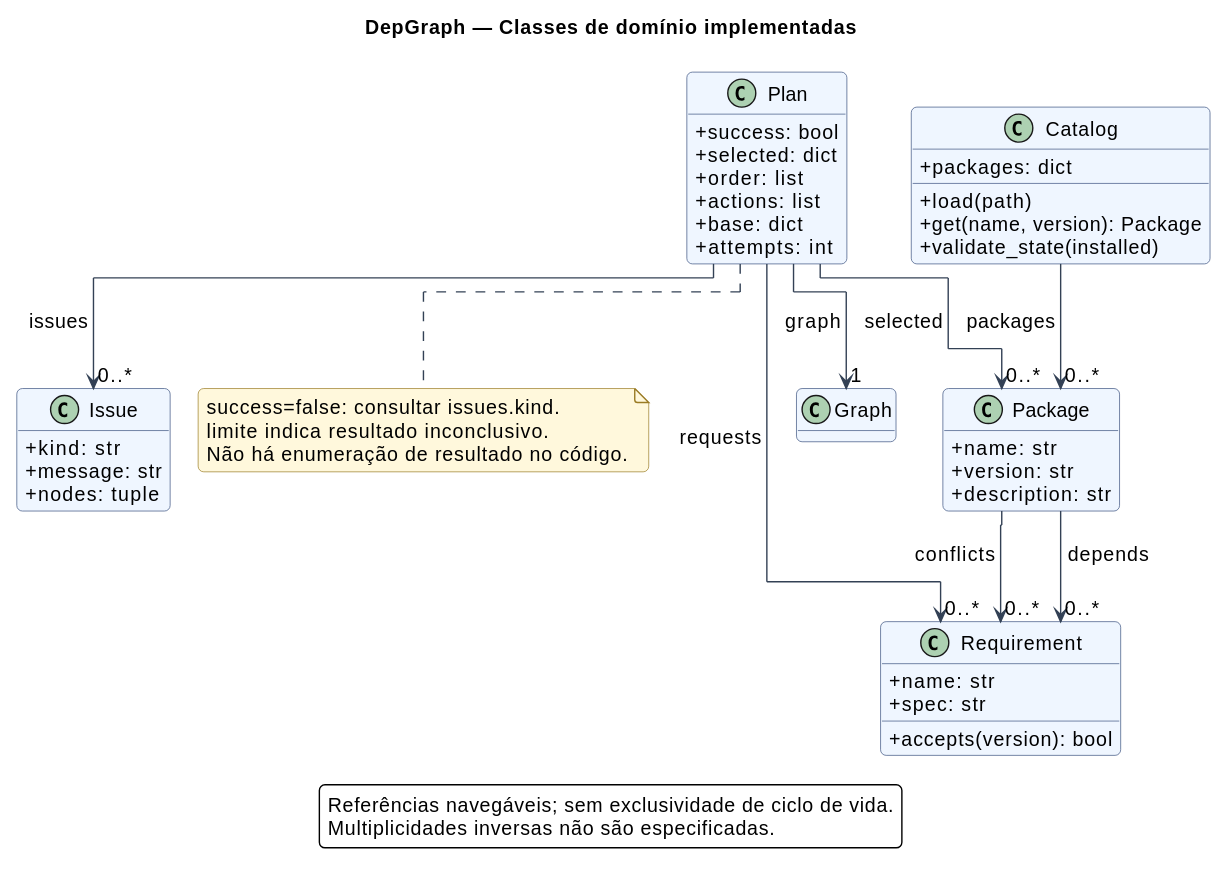
Before: docs/modelagem/imagens/02-classes-dominio.svg, a diagram exported from PlantUML (caiokfuri/gestaoDependencias).
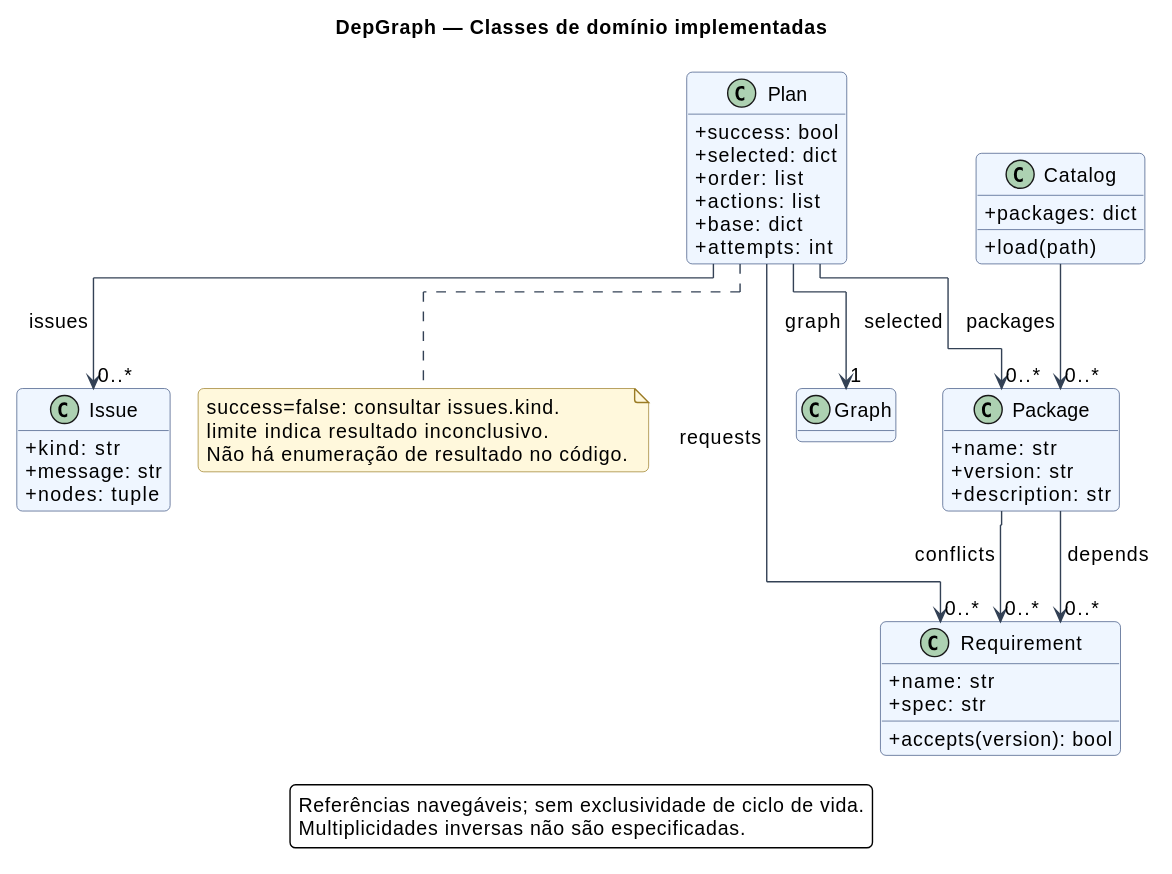
After the commit.

Diff of the diagram source:
```diff
@@ -16,8 +16,6 @@
 class Catalog {
  +packages: dict
  +load(path)
- +get(name, version): Package
- +validate_state(installed)
 }
 class Plan {
  +success: bool
```
